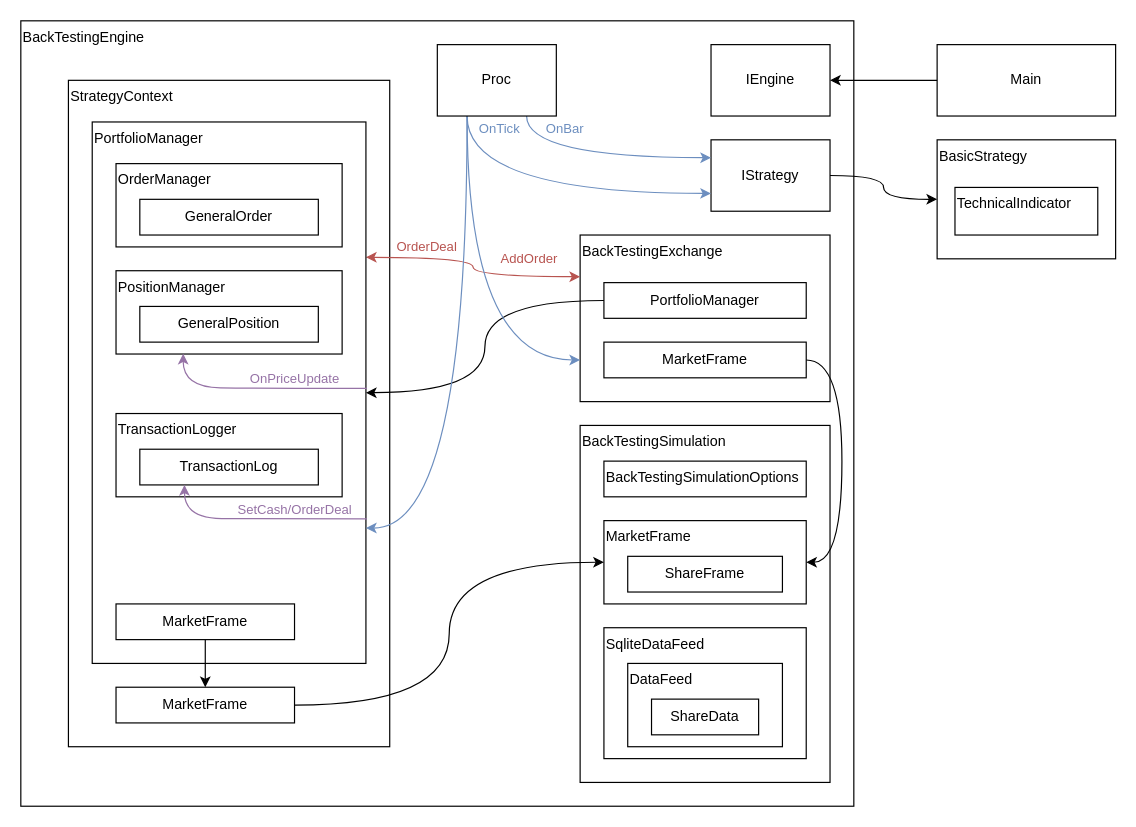
This is CarrotBacktesting.Net/CarrotBacktesting.Net.Diagram.drawio from CRThu/CarrotQuant.Net, a draw.io file, before an edit. Source tidied: cells renumbered, new cells numbered last; positions are measured from the earlier drawing's top-left corner, leaving out a move shared by most shapes. Both pictures are drawn from the tidied source at 119%, with x=0, y=0 at pixel (20, 20).
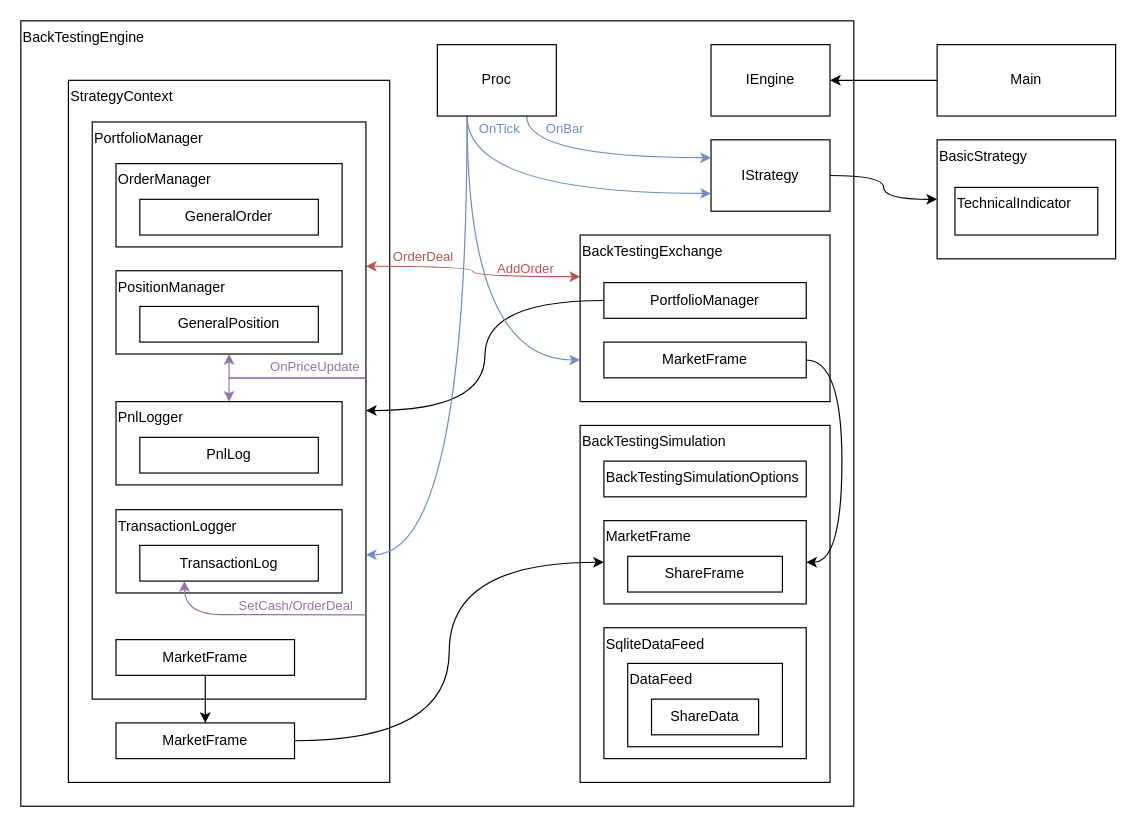
Above is the later version.

Unchanged cells that the change refers to:
```xml
<mxCell id="19" value="PositionManager" style="rounded=0;whiteSpace=wrap;html=1;fillColor=none;align=left;verticalAlign=top;" parent="1" vertex="1">
  <mxGeometry x="80" y="210" width="190" height="70" as="geometry" />
</mxCell>
```

Change to the diagram source:
```diff
@@
     <mxCell id="5" value="StrategyContext" style="rounded=0;whiteSpace=wrap;html=1;fillColor=none;align=left;verticalAlign=top;" parent="1" vertex="1">
-      <mxGeometry x="40" y="50" width="270" height="560" as="geometry" />
+      <mxGeometry x="40" y="50" width="270" height="590" as="geometry" />
     </mxCell>
@@
     <mxCell id="13" value="PortfolioManager" style="rounded=0;whiteSpace=wrap;html=1;fillColor=none;align=left;verticalAlign=top;" parent="1" vertex="1">
-      <mxGeometry x="60" y="85" width="230" height="455" as="geometry" />
+      <mxGeometry x="60" y="85" width="230" height="485" as="geometry" />
     </mxCell>
@@
     <mxCell id="15" value="MarketFrame" style="rounded=0;whiteSpace=wrap;html=1;fillColor=none;align=center;verticalAlign=middle;" parent="1" vertex="1">
-      <mxGeometry x="80" y="560" width="150" height="30" as="geometry" />
+      <mxGeometry x="80" y="590" width="150" height="30" as="geometry" />
     </mxCell>
@@
     <mxCell id="17" value="MarketFrame" style="rounded=0;whiteSpace=wrap;html=1;fillColor=none;align=center;verticalAlign=middle;" parent="1" vertex="1">
-      <mxGeometry x="80" y="490" width="150" height="30" as="geometry" />
+      <mxGeometry x="80" y="520" width="150" height="30" as="geometry" />
     </mxCell>
@@
     <mxCell id="20" value="TransactionLogger" style="rounded=0;whiteSpace=wrap;html=1;fillColor=none;align=left;verticalAlign=top;" parent="1" vertex="1">
-      <mxGeometry x="80" y="330" width="190" height="70" as="geometry" />
+      <mxGeometry x="80" y="410.8" width="190" height="70" as="geometry" />
     </mxCell>
@@
     <mxCell id="23" value="TransactionLog" style="rounded=0;whiteSpace=wrap;html=1;fillColor=none;align=center;verticalAlign=middle;" parent="1" vertex="1">
-      <mxGeometry x="100" y="360" width="150" height="30" as="geometry" />
+      <mxGeometry x="100" y="440.8" width="150" height="30" as="geometry" />
     </mxCell>
@@
-    <mxCell id="38" style="edgeStyle=orthogonalEdgeStyle;curved=1;rounded=0;jettySize=auto;html=1;exitX=1.004;exitY=0.667;exitDx=0;exitDy=0;entryX=0.25;entryY=1;entryDx=0;entryDy=0;fontColor=#CCCC00;elbow=vertical;exitPerimeter=0;fillColor=#e1d5e7;strokeColor=#9673A6;" parent="1" edge="1" target="23">
+    <mxCell id="38" style="edgeStyle=orthogonalEdgeStyle;curved=1;rounded=0;jettySize=auto;html=1;entryX=0.25;entryY=1;entryDx=0;entryDy=0;fontColor=#CCCC00;elbow=vertical;fillColor=#e1d5e7;strokeColor=#9673A6;" parent="1" edge="1" target="23">
       <mxGeometry relative="1" as="geometry">
-        <mxPoint x="290.9" y="418.5" as="sourcePoint" />
+        <mxPoint x="291" y="499.2" as="sourcePoint" />
         <Array as="points">
-          <mxPoint x="200" y="419" />
-          <mxPoint x="138" y="418" />
+          <mxPoint x="200" y="499.8" />
+          <mxPoint x="138" y="498.8" />
         </Array>
       </mxGeometry>
     </mxCell>
@@
-    <mxCell id="46" style="edgeStyle=orthogonalEdgeStyle;curved=1;rounded=0;jettySize=auto;html=1;exitX=1.004;exitY=0.492;exitDx=0;exitDy=0;entryX=0.297;entryY=0.996;entryDx=0;entryDy=0;fontColor=#CCCC00;elbow=vertical;exitPerimeter=0;fillColor=#e1d5e7;strokeColor=#9673A6;entryPerimeter=0;" parent="1" edge="1" source="13" target="19">
-      <mxGeometry relative="1" as="geometry">
-        <Array as="points">
-          <mxPoint x="199" y="309" />
-          <mxPoint x="136" y="308" />
-        </Array>
-      </mxGeometry>
-    </mxCell>
+    <mxCell id="48" value="PnlLogger" style="rounded=0;whiteSpace=wrap;html=1;fillColor=none;align=left;verticalAlign=top;" parent="1" vertex="1">
+      <mxGeometry x="80" y="320" width="190" height="70" as="geometry" />
+    </mxCell>
+    <mxCell id="49" value="PnlLog" style="rounded=0;whiteSpace=wrap;html=1;fillColor=none;align=center;verticalAlign=middle;" parent="1" vertex="1">
+      <mxGeometry x="100" y="350" width="150" height="30" as="geometry" />
+    </mxCell>
+    <mxCell id="50" style="rounded=0;jettySize=auto;html=1;entryX=0.5;entryY=1;entryDx=0;entryDy=0;fontColor=#CCCC00;elbow=vertical;fillColor=#e1d5e7;strokeColor=#9673A6;edgeStyle=orthogonalEdgeStyle;" parent="1" edge="1" target="19">
+      <mxGeometry relative="1" as="geometry">
+        <mxPoint x="290" y="300" as="sourcePoint" />
+        <Array as="points">
+          <mxPoint x="290" y="300" />
+          <mxPoint x="175" y="300" />
+        </Array>
+      </mxGeometry>
+    </mxCell>
-    <mxCell id="47" value="OnPriceUpdate" style="edgeLabel;html=1;align=center;verticalAlign=middle;fontColor=#9673A6;labelBackgroundColor=none;" parent="46" vertex="1">
+    <mxCell id="47" value="OnPriceUpdate" style="edgeLabel;html=1;align=center;verticalAlign=middle;fontColor=#9673A6;labelBackgroundColor=none;" parent="50" vertex="1">
       <mxGeometry x="0.27" y="-9" relative="1" as="geometry">
-        <mxPoint x="54" y="1" as="offset" />
+        <mxPoint x="42" y="-1" as="offset" />
       </mxGeometry>
     </mxCell>
+    <mxCell id="51" style="rounded=0;jettySize=auto;html=1;entryX=0.5;entryY=0;entryDx=0;entryDy=0;fontColor=#CCCC00;elbow=vertical;fillColor=#e1d5e7;strokeColor=#9673A6;exitX=0.999;exitY=0.444;exitDx=0;exitDy=0;exitPerimeter=0;edgeStyle=orthogonalEdgeStyle;" parent="1" edge="1" source="13" target="48">
+      <mxGeometry relative="1" as="geometry">
+        <Array as="points">
+          <mxPoint x="175" y="300" />
+        </Array>
+      </mxGeometry>
+    </mxCell>
```
